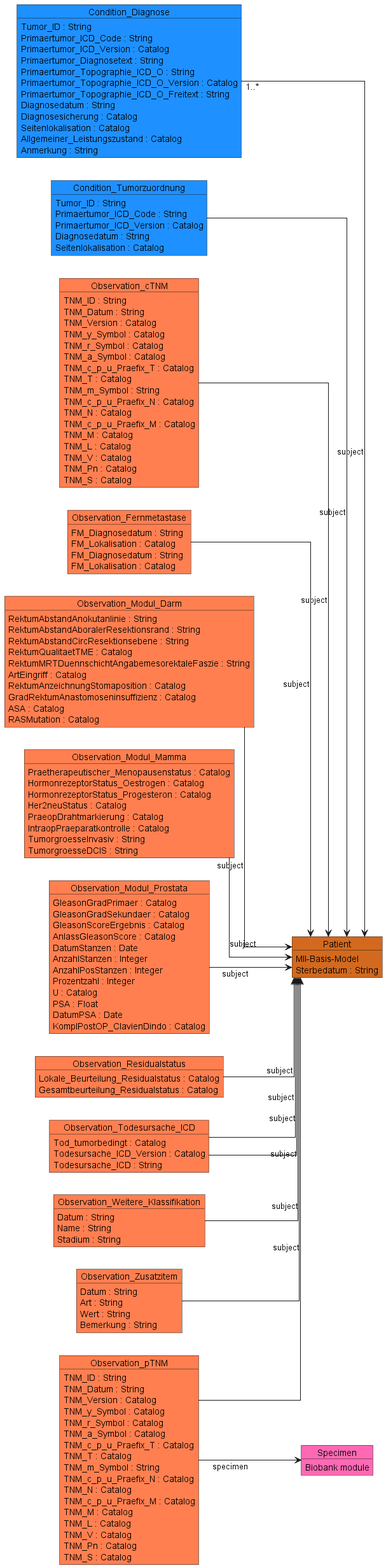
The PlantUML diagram information_model/part2.png in medizininformatik-initiative/kerndatensatzmodul-onkologie, before a commit. The source it was exported from:
```plantuml
@startuml

skinparam linetype polyline
skinparam linetype ortho

left to right direction

object Condition_Diagnose #DodgerBlue {
  Tumor_ID : String
  Primaertumor_ICD_Code : String
  Primaertumor_ICD_Version : Catalog
  Primaertumor_Diagnosetext : String
  Primaertumor_Topographie_ICD_O : String
  Primaertumor_Topographie_ICD_O_Version : Catalog
  Primaertumor_Topographie_ICD_O_Freitext : String
  Diagnosedatum : String
  Diagnosesicherung : Catalog
  Seitenlokalisation : Catalog
  Allgemeiner_Leistungszustand : Catalog
  Anmerkung : String
}

object Condition_Tumorzuordnung #DodgerBlue {
  Tumor_ID : String
  Primaertumor_ICD_Code : String
  Primaertumor_ICD_Version : Catalog
  Diagnosedatum : String
  Seitenlokalisation : Catalog
}

object Observation_cTNM #Coral {
  TNM_ID : String
  TNM_Datum : String
  TNM_Version : Catalog
  TNM_y_Symbol : Catalog
  TNM_r_Symbol : Catalog
  TNM_a_Symbol : Catalog
  TNM_c_p_u_Praefix_T : Catalog
  TNM_T : Catalog
  TNM_m_Symbol : String
  TNM_c_p_u_Praefix_N : Catalog
  TNM_N : Catalog
  TNM_c_p_u_Praefix_M : Catalog
  TNM_M : Catalog
  TNM_L : Catalog
  TNM_V : Catalog
  TNM_Pn : Catalog
  TNM_S : Catalog
}

object Observation_Fernmetastase #Coral {
  FM_Diagnosedatum : String
  FM_Lokalisation : Catalog
  FM_Diagnosedatum : String
  FM_Lokalisation : Catalog
}

object Observation_Modul_Darm #Coral {
  RektumAbstandAnokutanlinie : String
  RektumAbstandAboralerResektionsrand : String
  RektumAbstandCircResektionsebene : String
  RektumQualitaetTME : Catalog
  RektumMRTDuennschichtAngabemesorektaleFaszie : String
  ArtEingriff : Catalog
  RektumAnzeichnungStomaposition : Catalog
  GradRektumAnastomoseninsuffizienz : Catalog
  ASA : Catalog
  RASMutation : Catalog

}
object Observation_Modul_Mamma #Coral {
  Praetherapeutischer_Menopausenstatus : Catalog
  HormonrezeptorStatus_Oestrogen : Catalog
  HormonrezeptorStatus_Progesteron : Catalog
  Her2neuStatus : Catalog
  PraeopDrahtmarkierung : Catalog
  IntraopPraeparatkontrolle : Catalog
  TumorgroesseInvasiv : String
  TumorgroesseDCIS : String
}

object Observation_Modul_Prostata #Coral {
  GleasonGradPrimaer : Catalog
  GleasonGradSekundaer : Catalog
  GleasonScoreErgebnis : Catalog
  AnlassGleasonScore : Catalog
  DatumStanzen : Date
  AnzahlStanzen : Integer
  AnzahlPosStanzen : Integer
  Prozentzahl : Integer
  U : Catalog
  PSA : Float
  DatumPSA : Date
  KomplPostOP_ClavienDindo : Catalog

}
object Observation_pTNM #Coral {
  TNM_ID : String
  TNM_Datum : String
  TNM_Version : Catalog
  TNM_y_Symbol : Catalog
  TNM_r_Symbol : Catalog
  TNM_a_Symbol : Catalog
  TNM_c_p_u_Praefix_T : Catalog
  TNM_T : Catalog
  TNM_m_Symbol : String
  TNM_c_p_u_Praefix_N : Catalog
  TNM_N : Catalog
  TNM_c_p_u_Praefix_M : Catalog
  TNM_M : Catalog
  TNM_L : Catalog
  TNM_V : Catalog
  TNM_Pn : Catalog
  TNM_S : Catalog
}
object Observation_Residualstatus #Coral {
  Lokale_Beurteilung_Residualstatus : Catalog
  Gesamtbeurteilung_Residualstatus : Catalog
}


object Observation_Todesursache_ICD #Coral {
  Tod_tumorbedingt : Catalog
  Todesursache_ICD_Version : Catalog
  Todesursache_ICD : String
}

object Observation_Weitere_Klassifikation #Coral {
  Datum : String
  Name : String
  Stadium : String
}

object Observation_Zusatzitem #Coral {
  Datum : String
  Art : String
  Wert : String
  Bemerkung : String
}

object Patient #Chocolate {
  MII-Basis-Model
  Sterbedatum : String

}

object Specimen #HotPink {

  Biobank module
}


Observation_cTNM --> Patient :subject
Observation_Fernmetastase --> Patient :subject
Observation_Modul_Darm --> Patient :subject
Observation_Modul_Mamma --> Patient :subject
Observation_Modul_Prostata --> Patient :subject
Observation_pTNM --> Patient :subject
Observation_Residualstatus --> Patient :subject
Observation_Todesursache_ICD --> Patient :subject
Observation_Weitere_Klassifikation --> Patient :subject
Observation_Zusatzitem --> Patient :subject
Observation_Todesursache_ICD --> Patient :subject

Observation_pTNM --> Specimen :specimen

Condition_Diagnose "1..*" --> Patient :subject
Condition_Tumorzuordnung --> Patient :subject



@enduml
```
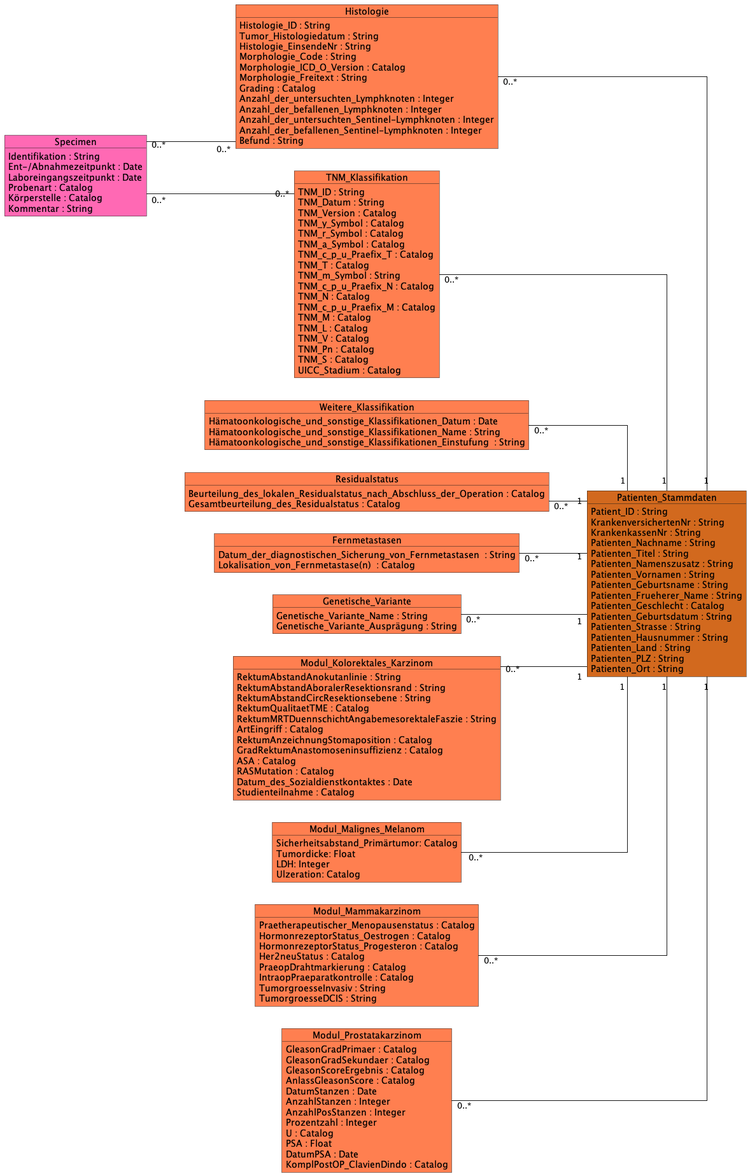
The same file after the commit.

Commit message:
information model updated on part 1 and 2, Art-Decor table added

Diff of the diagram source:
```diff
@@ -5,30 +5,24 @@
 
 left to right direction
 
-object Condition_Diagnose #DodgerBlue {
-  Tumor_ID : String
-  Primaertumor_ICD_Code : String
-  Primaertumor_ICD_Version : Catalog
-  Primaertumor_Diagnosetext : String
-  Primaertumor_Topographie_ICD_O : String
-  Primaertumor_Topographie_ICD_O_Version : Catalog
-  Primaertumor_Topographie_ICD_O_Freitext : String
-  Diagnosedatum : String
-  Diagnosesicherung : Catalog
-  Seitenlokalisation : Catalog
-  Allgemeiner_Leistungszustand : Catalog
-  Anmerkung : String
+
+object Histologie #Coral {
+  Histologie_ID : String
+  Tumor_Histologiedatum : String
+  Histologie_EinsendeNr : String
+  Morphologie_Code : String
+  Morphologie_ICD_O_Version : Catalog
+  Morphologie_Freitext : String
+  Grading : Catalog
+  Anzahl_der_untersuchten_Lymphknoten : Integer
+  Anzahl_der_befallenen_Lymphknoten : Integer
+  Anzahl_der_untersuchten_Sentinel-Lymphknoten : Integer
+  Anzahl_der_befallenen_Sentinel-Lymphknoten : Integer
+  Befund : String
 }
 
-object Condition_Tumorzuordnung #DodgerBlue {
-  Tumor_ID : String
-  Primaertumor_ICD_Code : String
-  Primaertumor_ICD_Version : Catalog
-  Diagnosedatum : String
-  Seitenlokalisation : Catalog
-}
 
-object Observation_cTNM #Coral {
+object TNM_Klassifikation #Coral {
   TNM_ID : String
   TNM_Datum : String
   TNM_Version : Catalog
@@ -46,16 +40,50 @@
   TNM_V : Catalog
   TNM_Pn : Catalog
   TNM_S : Catalog
+  UICC_Stadium : Catalog
 }
 
-object Observation_Fernmetastase #Coral {
-  FM_Diagnosedatum : String
-  FM_Lokalisation : Catalog
-  FM_Diagnosedatum : String
-  FM_Lokalisation : Catalog
+
+object Weitere_Klassifikation #Coral {
+  Hämatoonkologische_und_sonstige_Klassifikationen_Datum : Date
+  Hämatoonkologische_und_sonstige_Klassifikationen_Name : String
+  Hämatoonkologische_und_sonstige_Klassifikationen_Einstufung  : String
 }
 
-object Observation_Modul_Darm #Coral {
+object Residualstatus #Coral {
+  Beurteilung_des_lokalen_Residualstatus_nach_Abschluss_der_Operation : Catalog
+  Gesamtbeurteilung_des_Residualstatus : Catalog
+}
+
+
+object Fernmetastasen #Coral {
+  Datum_der_diagnostischen_Sicherung_von_Fernmetastasen  : String
+  Lokalisation_von_Fernmetastase(n)  : Catalog
+
+}
+
+object Genetische_Variante #Coral {
+
+  Genetische_Variante_Name : String
+  Genetische_Variante_Ausprägung : String
+
+}
+
+object Specimen #HotPink {
+
+  Identifikation : String
+  Ent-/Abnahmezeitpunkt : Date
+  Laboreingangszeitpunkt : Date
+  Probenart : Catalog
+  Körperstelle : Catalog
+  Kommentar : String
+
+}
+
+
+
+
+object Modul_Kolorektales_Karzinom #Coral {
   RektumAbstandAnokutanlinie : String
   RektumAbstandAboralerResektionsrand : String
   RektumAbstandCircResektionsebene : String
@@ -66,9 +94,22 @@
   GradRektumAnastomoseninsuffizienz : Catalog
   ASA : Catalog
   RASMutation : Catalog
+  Datum_des_Sozialdienstkontaktes : Date
+  Studienteilnahme : Catalog
+
 
 }
-object Observation_Modul_Mamma #Coral {
+
+
+object Modul_Malignes_Melanom #Coral {
+
+  Sicherheitsabstand_Primärtumor: Catalog
+  Tumordicke: Float
+  LDH: Integer
+  Ulzeration: Catalog
+}
+
+object Modul_Mammakarzinom #Coral {
   Praetherapeutischer_Menopausenstatus : Catalog
   HormonrezeptorStatus_Oestrogen : Catalog
   HormonrezeptorStatus_Progesteron : Catalog
@@ -79,7 +120,7 @@
   TumorgroesseDCIS : String
 }
 
-object Observation_Modul_Prostata #Coral {
+object Modul_Prostatakarzinom #Coral {
   GleasonGradPrimaer : Catalog
   GleasonGradSekundaer : Catalog
   GleasonScoreErgebnis : Catalog
@@ -94,79 +135,39 @@
   KomplPostOP_ClavienDindo : Catalog
 
 }
-object Observation_pTNM #Coral {
-  TNM_ID : String
-  TNM_Datum : String
-  TNM_Version : Catalog
-  TNM_y_Symbol : Catalog
-  TNM_r_Symbol : Catalog
-  TNM_a_Symbol : Catalog
-  TNM_c_p_u_Praefix_T : Catalog
-  TNM_T : Catalog
-  TNM_m_Symbol : String
-  TNM_c_p_u_Praefix_N : Catalog
-  TNM_N : Catalog
-  TNM_c_p_u_Praefix_M : Catalog
-  TNM_M : Catalog
-  TNM_L : Catalog
-  TNM_V : Catalog
-  TNM_Pn : Catalog
-  TNM_S : Catalog
-}
-object Observation_Residualstatus #Coral {
-  Lokale_Beurteilung_Residualstatus : Catalog
-  Gesamtbeurteilung_Residualstatus : Catalog
-}
 
 
-object Observation_Todesursache_ICD #Coral {
-  Tod_tumorbedingt : Catalog
-  Todesursache_ICD_Version : Catalog
-  Todesursache_ICD : String
-}
-
-object Observation_Weitere_Klassifikation #Coral {
-  Datum : String
-  Name : String
-  Stadium : String
-}
-
-object Observation_Zusatzitem #Coral {
-  Datum : String
-  Art : String
-  Wert : String
-  Bemerkung : String
-}
-
-object Patient #Chocolate {
-  MII-Basis-Model
-  Sterbedatum : String
+object Patienten_Stammdaten #Chocolate {
+  Patient_ID : String
+  KrankenversichertenNr : String
+  KrankenkassenNr : String
+  Patienten_Nachname : String
+  Patienten_Titel : String
+  Patienten_Namenszusatz : String
+  Patienten_Vornamen : String
+  Patienten_Geburtsname : String
+  Patienten_Frueherer_Name : String
+  Patienten_Geschlecht : Catalog
+  Patienten_Geburtsdatum : String
+  Patienten_Strasse : String
+  Patienten_Hausnummer : String
+  Patienten_Land : String
+  Patienten_PLZ : String
+  Patienten_Ort : String
 
 }
 
-object Specimen #HotPink {
-
-  Biobank module
-}
-
-
-Observation_cTNM --> Patient :subject
-Observation_Fernmetastase --> Patient :subject
-Observation_Modul_Darm --> Patient :subject
-Observation_Modul_Mamma --> Patient :subject
-Observation_Modul_Prostata --> Patient :subject
-Observation_pTNM --> Patient :subject
-Observation_Residualstatus --> Patient :subject
-Observation_Todesursache_ICD --> Patient :subject
-Observation_Weitere_Klassifikation --> Patient :subject
-Observation_Zusatzitem --> Patient :subject
-Observation_Todesursache_ICD --> Patient :subject
-
-Observation_pTNM --> Specimen :specimen
-
-Condition_Diagnose "1..*" --> Patient :subject
-Condition_Tumorzuordnung --> Patient :subject
-
-
+Histologie "0..*" -- "1" Patienten_Stammdaten
+TNM_Klassifikation "0..*" -- "1" Patienten_Stammdaten
+Weitere_Klassifikation "0..*" -- "1" Patienten_Stammdaten
+Residualstatus "0..*" -- "1" Patienten_Stammdaten
+Fernmetastasen "0..*" -- "1" Patienten_Stammdaten
+Genetische_Variante "0..*" -- "1" Patienten_Stammdaten
+Modul_Kolorektales_Karzinom"0..*" -- "1" Patienten_Stammdaten
+Modul_Malignes_Melanom" 0..*" -- "1" Patienten_Stammdaten
+Modul_Mammakarzinom "0..*" -- "1" Patienten_Stammdaten
+Modul_Prostatakarzinom "0..*" -- "1" Patienten_Stammdaten
+Specimen "0..*" -- "0..*" Histologie
+Specimen "0..*" -- "0..*" TNM_Klassifikation
 
 @enduml
```
